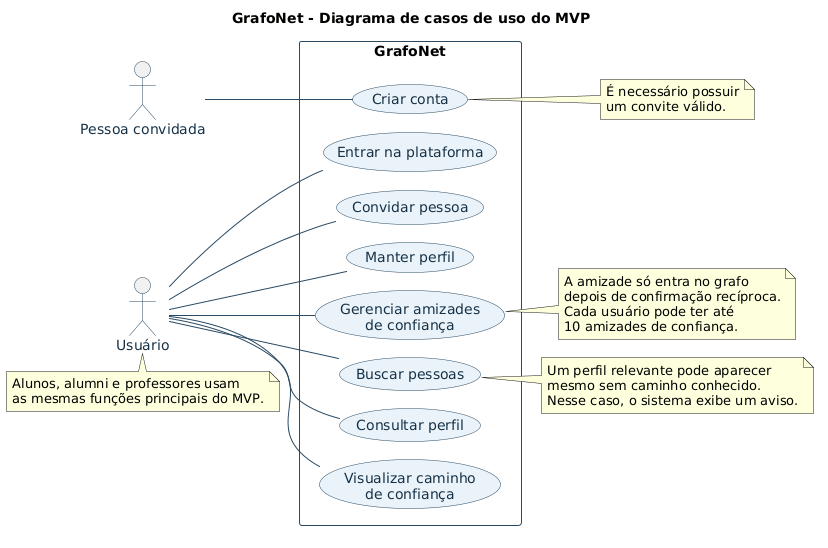
Before: docs/01-casos-de-uso-grafonet.png, a diagram exported from PlantUML (Daniel-Vinicius/grafo_net_api).
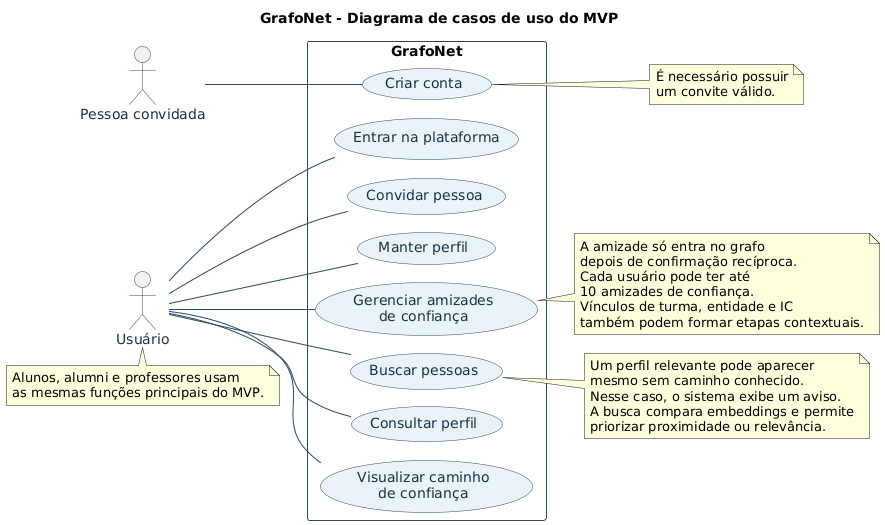
Later version of the same file.

The edit, as a diff of the source:
```diff
@@ -1,4 +1,5 @@
 @startuml
+!pragma layout smetana
 title GrafoNet - Diagrama de casos de uso do MVP
 
 left to right direction
@@ -43,12 +44,16 @@
   depois de confirmação recíproca.
   Cada usuário pode ter até
   10 amizades de confiança.
+  Vínculos de turma, entidade e IC
+  também podem formar etapas contextuais.
 end note
 
 note right of UC_Buscar
   Um perfil relevante pode aparecer
   mesmo sem caminho conhecido.
   Nesse caso, o sistema exibe um aviso.
+  A busca compara embeddings e permite
+  priorizar proximidade ou relevância.
 end note
 
 note right of UC_CriarConta
```
